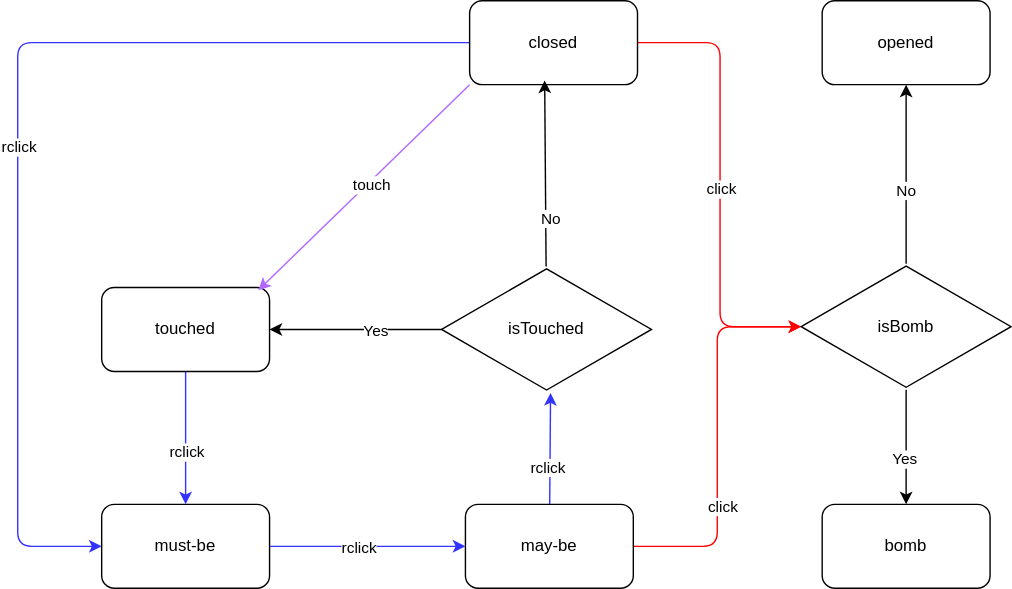
The draw.io diagram app/parts/mine.memo.drawio.svg in kazumatu981/minesweeper, before a commit. Source tidied: cells renumbered, new cells last; positions are measured from the earlier drawing's top-left corner, leaving out a move shared by most shapes.
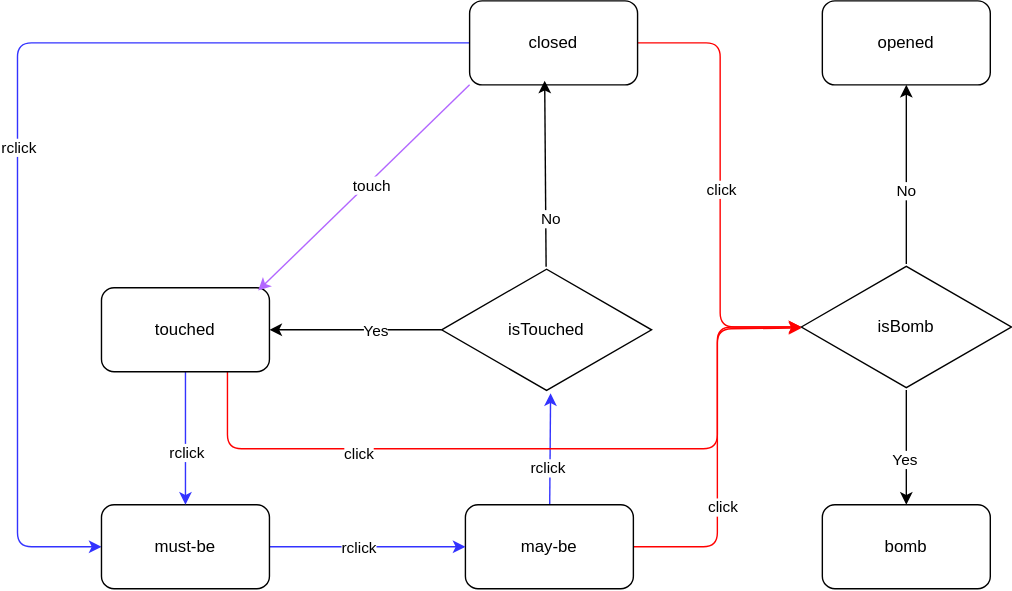
After the commit.

Diff of the diagram source:
```diff
@@ -64,6 +64,18 @@
     <mxCell id="20" value="rclick" style="edgeLabel;html=1;align=center;verticalAlign=middle;" parent="19" vertex="1">
       <mxGeometry x="0.2" relative="1" as="geometry" />
     </mxCell>
+    <mxCell id="32" style="edgeStyle=none;html=1;exitX=0.75;exitY=1;exitDx=0;exitDy=0;strokeColor=#FF0000;" parent="1" edge="1" source="21" target="28">
+      <mxGeometry relative="1" as="geometry">
+        <Array as="points">
+          <mxPoint x="150" y="320" />
+          <mxPoint x="500" y="320" />
+          <mxPoint x="500" y="234.3" />
+        </Array>
+      </mxGeometry>
+    </mxCell>
+    <mxCell id="33" value="click" style="edgeLabel;html=1;align=center;verticalAlign=middle;" parent="32" vertex="1">
+      <mxGeometry x="-0.46" y="-3" relative="1" as="geometry" />
+    </mxCell>
     <mxCell id="21" value="touched" style="rounded=1;whiteSpace=wrap;html=1;" parent="1" vertex="1">
       <mxGeometry x="60" y="205" width="120" height="60" as="geometry" />
     </mxCell>
```
